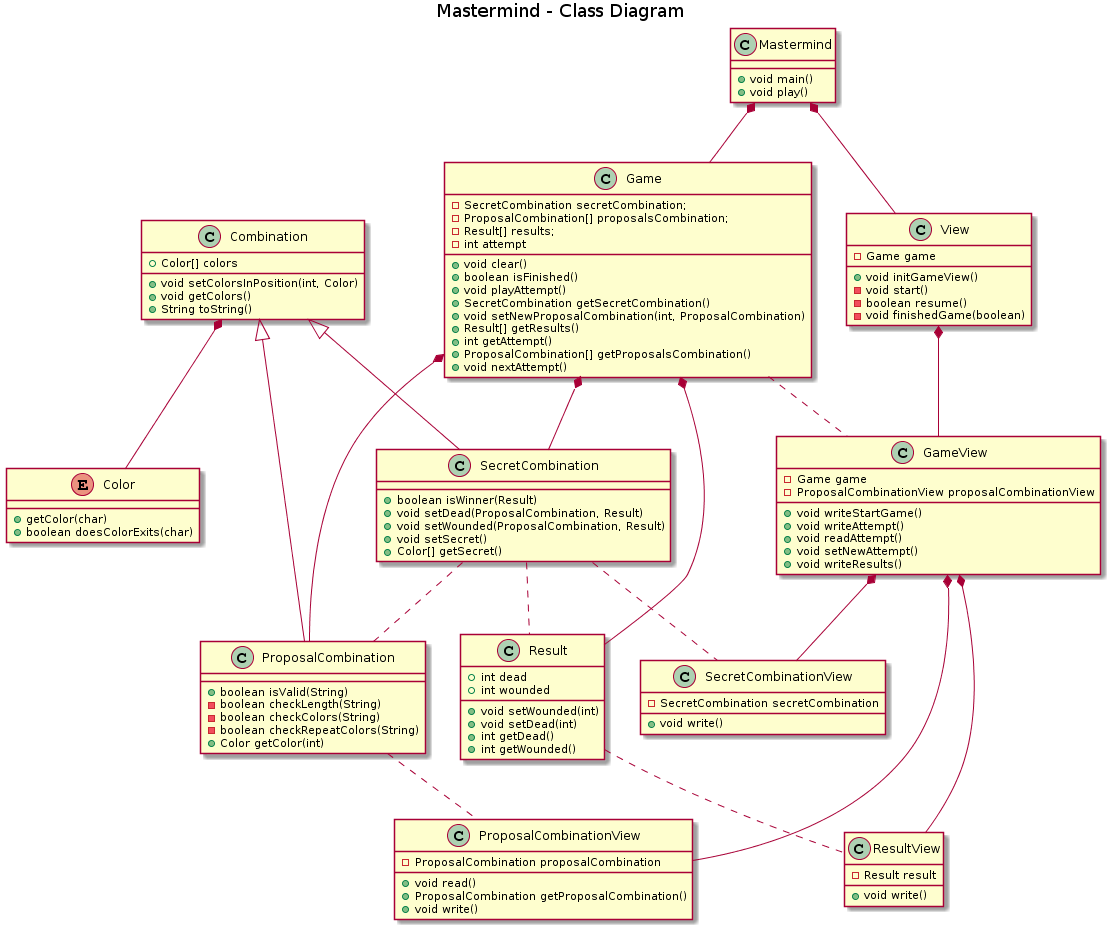
This is images/diagramaClasesIteracion4.png from laucv/mastermind, a PlantUML export, as it was before one commit.
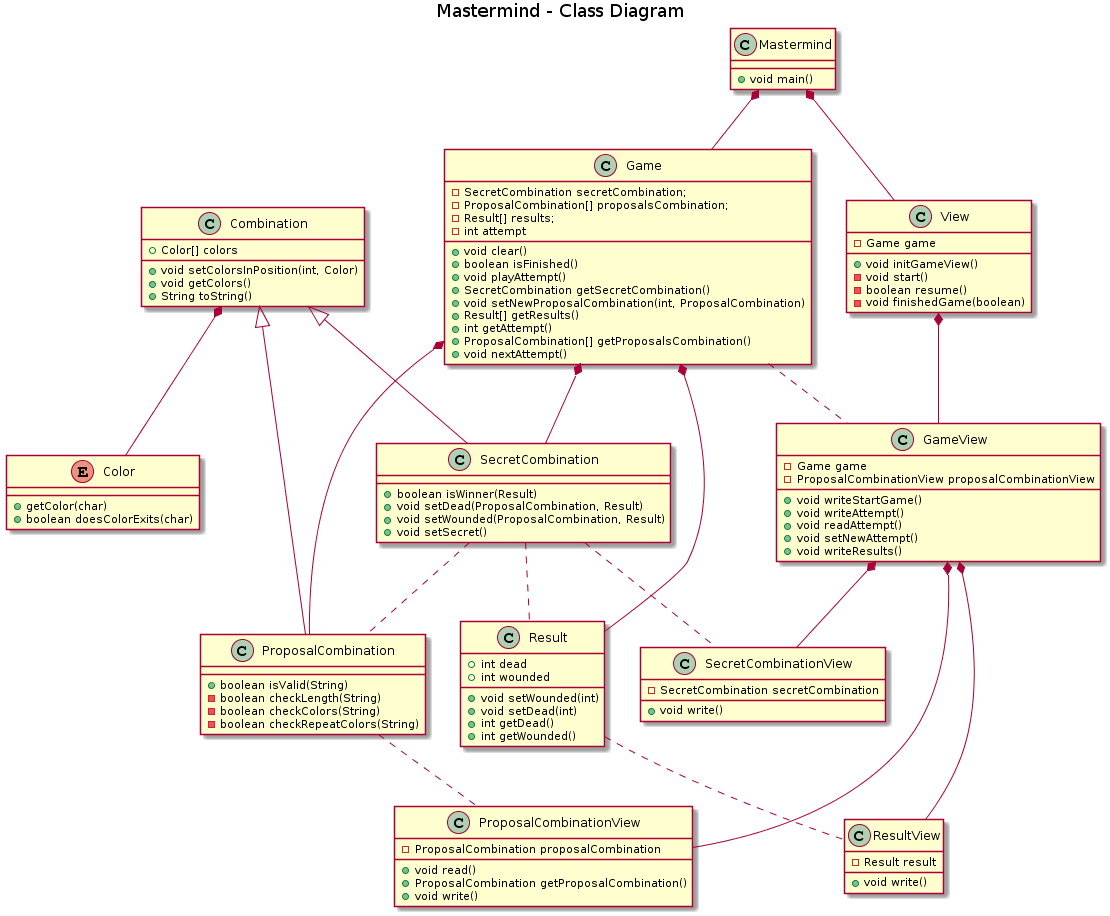
After the commit.

The edit, as a diff of the source:
```diff
@@ -4,7 +4,6 @@
 
 class Mastermind {
     +void main()
-    +void play()
 }
 
 
@@ -13,7 +12,6 @@
     +void setDead(ProposalCombination, Result)
     +void setWounded(ProposalCombination, Result)
     +void setSecret()
-    +Color[] getSecret()
 }
 
 class ProposalCombination{
@@ -21,7 +19,6 @@
     -boolean checkLength(String)
     -boolean checkColors(String)
     -boolean checkRepeatColors(String)
-    +Color getColor(int)
 }
 
 class Combination{
```
